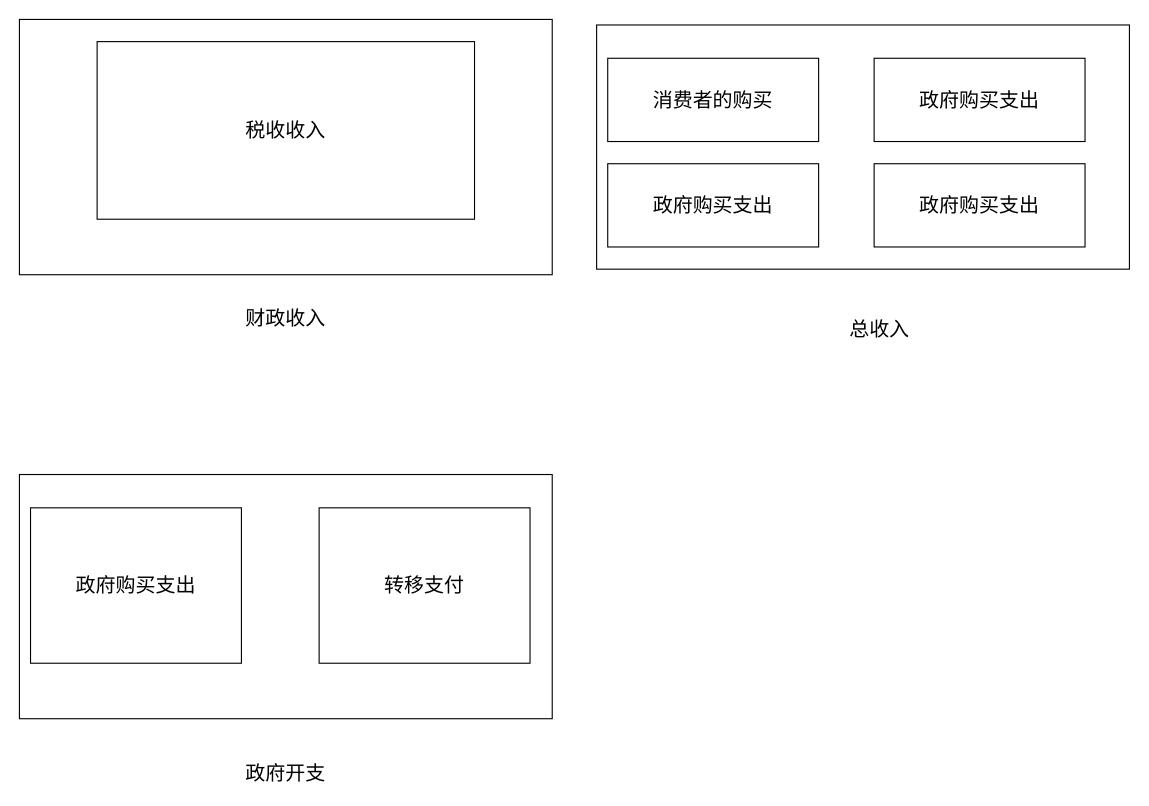
Above: page "第十二章：财政，税收与财政政策" (5 of 6) of 读书笔记/人人都爱经济学.drawio in StephenWu5/blogManuscripts (draw.io), before the change. Source tidied: cells renumbered, new cells numbered last; positions are measured from the earlier drawing's top-left corner, leaving out a move shared by most shapes. Both pictures are drawn from the tidied source at 111%, with x=0, y=0 at pixel (19, 19).
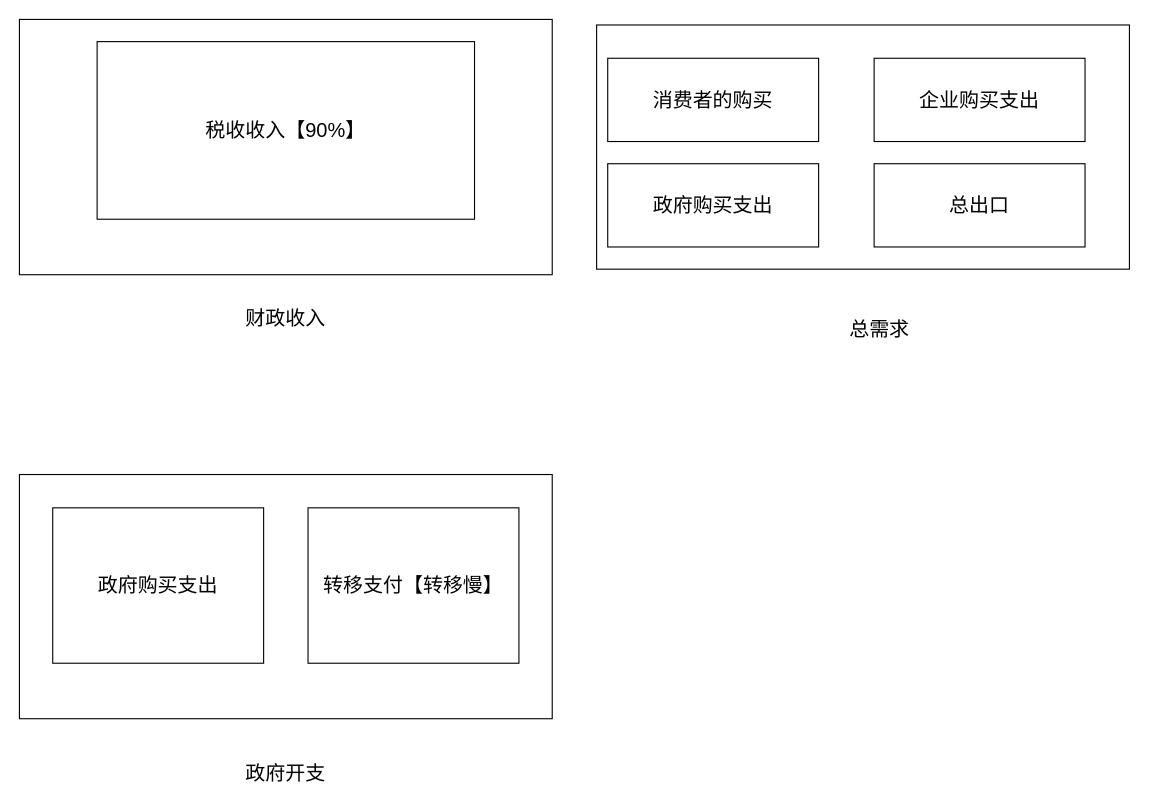
After the change.

Commit message (it also covers changes not shown here):
人人都爱经济学

Diff of the diagram source:
```diff
@@
 <mxGraphModel>
   <root>
     <mxCell id="0" />
     <mxCell id="1" parent="0" />
     <mxCell id="2" style="rounded=0;whiteSpace=wrap;html=1;fillColor=none;" parent="1" vertex="1">
       <mxGeometry width="480" height="230" as="geometry" />
     </mxCell>
-    <mxCell id="3" value="&lt;span style=&quot;font-size: 18px&quot;&gt;税收收入&lt;br&gt;&lt;/span&gt;" style="rounded=0;whiteSpace=wrap;html=1;fillColor=none;" parent="1" vertex="1">
+    <mxCell id="3" value="&lt;span style=&quot;font-size: 18px&quot;&gt;税收收入【90%】&lt;br&gt;&lt;/span&gt;" style="rounded=0;whiteSpace=wrap;html=1;fillColor=none;" parent="1" vertex="1">
       <mxGeometry x="70" y="20" width="340" height="160" as="geometry" />
     </mxCell>
     <mxCell id="4" style="rounded=0;whiteSpace=wrap;html=1;fillColor=none;" parent="1" vertex="1">
       <mxGeometry y="410" width="480" height="220" as="geometry" />
     </mxCell>
     <mxCell id="5" value="&lt;span style=&quot;font-size: 18px&quot;&gt;政府开支&lt;br&gt;&lt;/span&gt;" style="text;html=1;strokeColor=none;fillColor=none;align=center;verticalAlign=middle;whiteSpace=wrap;rounded=0;" parent="1" vertex="1">
       <mxGeometry x="145" y="670" width="190" height="20" as="geometry" />
     </mxCell>
     <mxCell id="6" value="&lt;span style=&quot;font-size: 18px&quot;&gt;政府购买支出&lt;br&gt;&lt;/span&gt;" style="rounded=0;whiteSpace=wrap;html=1;fillColor=none;" parent="1" vertex="1">
-      <mxGeometry x="10" y="440" width="190" height="140" as="geometry" />
+      <mxGeometry x="30" y="440" width="190" height="140" as="geometry" />
     </mxCell>
-    <mxCell id="7" value="&lt;span style=&quot;font-size: 18px&quot;&gt;转移支付&lt;br&gt;&lt;/span&gt;" style="rounded=0;whiteSpace=wrap;html=1;fillColor=none;" parent="1" vertex="1">
-      <mxGeometry x="270" y="440" width="190" height="140" as="geometry" />
+    <mxCell id="7" value="&lt;span style=&quot;font-size: 18px&quot;&gt;转移支付【转移慢】&lt;br&gt;&lt;/span&gt;" style="rounded=0;whiteSpace=wrap;html=1;fillColor=none;" parent="1" vertex="1">
+      <mxGeometry x="260" y="440" width="190" height="140" as="geometry" />
     </mxCell>
     <mxCell id="8" value="&lt;span style=&quot;font-size: 18px&quot;&gt;财政收入&lt;br&gt;&lt;/span&gt;" style="text;html=1;strokeColor=none;fillColor=none;align=center;verticalAlign=middle;whiteSpace=wrap;rounded=0;" parent="1" vertex="1">
       <mxGeometry x="145" y="260" width="190" height="20" as="geometry" />
     </mxCell>
     <mxCell id="9" style="rounded=0;whiteSpace=wrap;html=1;fillColor=none;" parent="1" vertex="1">
       <mxGeometry x="520" y="5" width="480" height="220" as="geometry" />
     </mxCell>
     <mxCell id="10" value="&lt;span style=&quot;font-size: 18px&quot;&gt;消费者的购买&lt;br&gt;&lt;/span&gt;" style="rounded=0;whiteSpace=wrap;html=1;fillColor=none;" parent="1" vertex="1">
       <mxGeometry x="530" y="35" width="190" height="75" as="geometry" />
     </mxCell>
-    <mxCell id="11" value="&lt;span style=&quot;font-size: 18px&quot;&gt;总收入&lt;br&gt;&lt;/span&gt;" style="text;html=1;strokeColor=none;fillColor=none;align=center;verticalAlign=middle;whiteSpace=wrap;rounded=0;" parent="1" vertex="1">
+    <mxCell id="11" value="&lt;span style=&quot;font-size: 18px&quot;&gt;总需求&lt;br&gt;&lt;/span&gt;" style="text;html=1;strokeColor=none;fillColor=none;align=center;verticalAlign=middle;whiteSpace=wrap;rounded=0;" parent="1" vertex="1">
       <mxGeometry x="680" y="270" width="190" height="20" as="geometry" />
     </mxCell>
     <mxCell id="12" value="&lt;span style=&quot;font-size: 18px&quot;&gt;政府购买支出&lt;br&gt;&lt;/span&gt;" style="rounded=0;whiteSpace=wrap;html=1;fillColor=none;" parent="1" vertex="1">
       <mxGeometry x="530" y="130" width="190" height="75" as="geometry" />
     </mxCell>
-    <mxCell id="13" value="&lt;span style=&quot;font-size: 18px&quot;&gt;政府购买支出&lt;br&gt;&lt;/span&gt;" style="rounded=0;whiteSpace=wrap;html=1;fillColor=none;" parent="1" vertex="1">
+    <mxCell id="13" value="&lt;span style=&quot;font-size: 18px&quot;&gt;总出口&lt;br&gt;&lt;/span&gt;" style="rounded=0;whiteSpace=wrap;html=1;fillColor=none;" parent="1" vertex="1">
       <mxGeometry x="770" y="130" width="190" height="75" as="geometry" />
     </mxCell>
-    <mxCell id="14" value="&lt;span style=&quot;font-size: 18px&quot;&gt;政府购买支出&lt;br&gt;&lt;/span&gt;" style="rounded=0;whiteSpace=wrap;html=1;fillColor=none;" parent="1" vertex="1">
+    <mxCell id="14" value="&lt;span style=&quot;font-size: 18px&quot;&gt;企业购买支出&lt;br&gt;&lt;/span&gt;" style="rounded=0;whiteSpace=wrap;html=1;fillColor=none;" parent="1" vertex="1">
       <mxGeometry x="770" y="35" width="190" height="75" as="geometry" />
     </mxCell>
   </root>
 </mxGraphModel>
```
